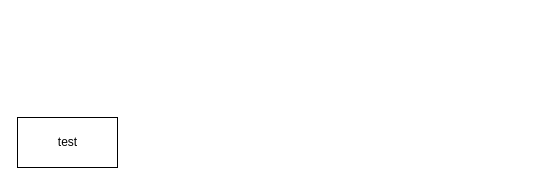
jjjermiah/snakemake-kubernetes-api keeps this draw.io diagram as docs/diagrams/sandbox.drawio.svg.drawio. Above is the earlier version. Source tidied: cells renumbered, new cells numbered last; positions are measured from the earlier drawing's top-left corner, leaving out a move shared by most shapes. Both pictures are drawn from the tidied source at 100%, with x=0, y=0 at pixel (17, 117).
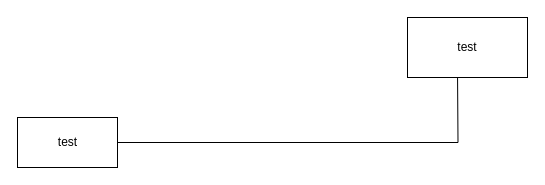
The same page after the edit.

The edit, as a diff of the source:
```diff
@@
 <mxGraphModel>
   <root>
     <mxCell id="0" />
     <mxCell id="1" parent="0" />
+    <mxCell id="3" style="edgeStyle=orthogonalEdgeStyle;rounded=0;jettySize=auto;html=1;" parent="1" edge="1" source="2">
+      <mxGeometry relative="1" as="geometry">
+        <mxPoint x="440" y="-50" as="targetPoint" />
+      </mxGeometry>
+    </mxCell>
     <mxCell id="2" value="test&lt;br&gt;" style="html=1;dashed=0;whitespace=wrap;" parent="1" vertex="1">
       <mxGeometry width="100" height="50" as="geometry" />
     </mxCell>
+    <mxCell id="4" value="test" style="whiteSpace=wrap;html=1;" parent="1" vertex="1">
+      <mxGeometry x="390" y="-100" width="120" height="60" as="geometry" />
+    </mxCell>
   </root>
 </mxGraphModel>
```
